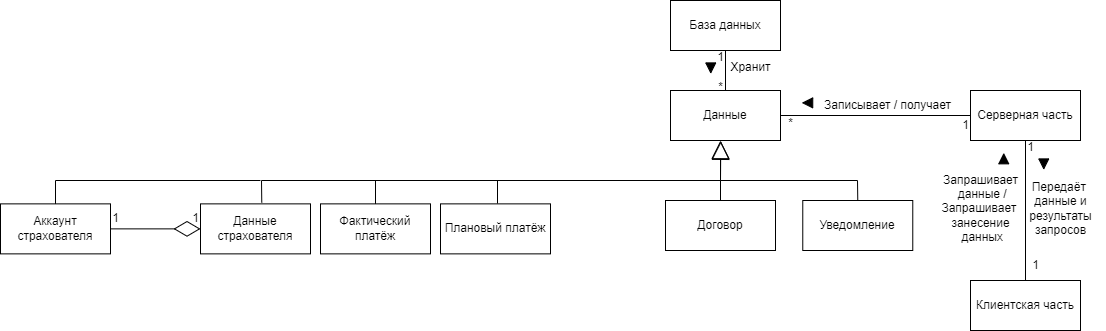
This is src/main/resources/documentation/Контекстная диаграмма классов.drawio.png from VladBaton/vlk, a draw.io export, as it was before one commit. Source tidied: cells renumbered, new cells last; positions are measured from the earlier drawing's top-left corner, leaving out a move shared by most shapes.
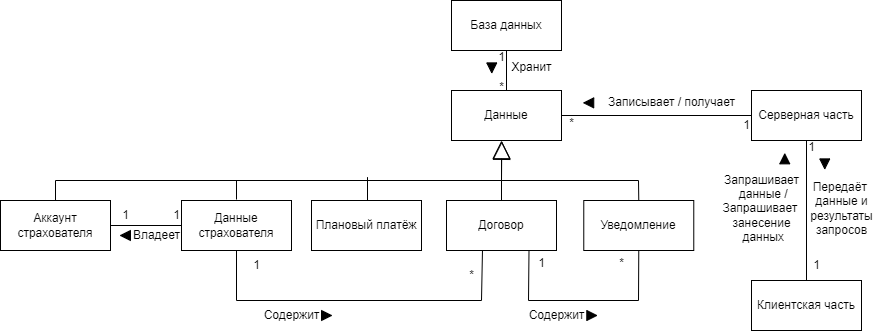
The same file after the commit.

What changed in the source:
```diff
@@ -6,7 +6,7 @@
       <mxGeometry x="670" width="110" height="50" as="geometry" />
     </mxCell>
     <mxCell id="3" value="Данные страхователя" style="html=1;whiteSpace=wrap;" parent="1" vertex="1">
-      <mxGeometry x="200" y="203.4" width="110" height="50" as="geometry" />
+      <mxGeometry x="400" y="200" width="110" height="50" as="geometry" />
     </mxCell>
     <mxCell id="4" value="Уведомление" style="html=1;whiteSpace=wrap;" parent="1" vertex="1">
       <mxGeometry x="802.3" y="200" width="110" height="50" as="geometry" />
@@ -20,10 +20,11 @@
     <mxCell id="7" style="endArrow=none;html=1;rounded=0;entryX=0.5;entryY=1;entryDx=0;entryDy=0;exitX=0.5;exitY=0;exitDx=0;exitDy=0;" parent="1" edge="1" source="6" target="2">
       <mxGeometry relative="1" as="geometry" />
     </mxCell>
-    <mxCell id="8" style="endArrow=block;endSize=16;endFill=0;html=1;rounded=0;exitX=0.557;exitY=-0.026;exitDx=0;exitDy=0;entryX=0.457;entryY=1.017;entryDx=0;entryDy=0;exitPerimeter=0;entryPerimeter=0;" parent="1" edge="1" source="3" target="6">
+    <mxCell id="8" style="endArrow=block;endSize=16;endFill=0;html=1;rounded=0;entryX=0.457;entryY=1.017;entryDx=0;entryDy=0;entryPerimeter=0;" parent="1" edge="1" target="6">
       <mxGeometry relative="1" as="geometry">
+        <mxPoint x="455" y="199" as="sourcePoint" />
         <Array as="points">
-          <mxPoint x="261" y="180" />
+          <mxPoint x="455" y="180" />
           <mxPoint x="720" y="180" />
         </Array>
       </mxGeometry>
@@ -56,7 +57,7 @@
       <mxGeometry x="802.3" y="97.4" width="10" height="10" as="geometry" />
     </mxCell>
     <mxCell id="16" value="Записывает / получает" style="text;html=1;align=center;verticalAlign=middle;strokeColor=none;fillColor=none;" parent="1" vertex="1">
-      <mxGeometry x="812.3" y="90" width="150" height="30" as="geometry" />
+      <mxGeometry x="815.3" y="87.4" width="150" height="30" as="geometry" />
     </mxCell>
     <mxCell id="17" value="1" style="text;html=1;align=center;verticalAlign=middle;strokeColor=none;fillColor=none;" parent="1" vertex="1">
       <mxGeometry x="950" y="110" width="30" height="30" as="geometry" />
@@ -96,42 +97,80 @@
         <mxPoint x="720" y="180" as="targetPoint" />
       </mxGeometry>
     </mxCell>
-    <mxCell id="29" value="Фактический платёж" style="html=1;whiteSpace=wrap;" parent="1" vertex="1">
-      <mxGeometry x="320" y="203.4" width="110" height="50" as="geometry" />
-    </mxCell>
     <mxCell id="30" value="Плановый платёж" style="html=1;whiteSpace=wrap;" parent="1" vertex="1">
-      <mxGeometry x="440" y="203.4" width="110" height="50" as="geometry" />
+      <mxGeometry x="530" y="200" width="110" height="50" as="geometry" />
     </mxCell>
     <mxCell id="31" value="Аккаунт страхователя" style="html=1;whiteSpace=wrap;" parent="1" vertex="1">
-      <mxGeometry y="203.4" width="110" height="50" as="geometry" />
+      <mxGeometry x="219" y="200" width="110" height="50" as="geometry" />
     </mxCell>
-    <mxCell id="32" style="endArrow=diamondThin;html=1;rounded=0;entryX=0;entryY=0.5;entryDx=0;entryDy=0;exitX=1;exitY=0.5;exitDx=0;exitDy=0;endFill=0;endSize=24;" parent="1" edge="1" source="31" target="3">
+    <mxCell id="32" style="endArrow=none;html=1;rounded=0;entryX=0;entryY=0.5;entryDx=0;entryDy=0;exitX=1;exitY=0.5;exitDx=0;exitDy=0;endFill=0;endSize=24;" parent="1" edge="1" source="31" target="3">
       <mxGeometry relative="1" as="geometry" />
     </mxCell>
     <mxCell id="33" value="1" style="text;html=1;align=center;verticalAlign=middle;strokeColor=none;fillColor=none;" parent="1" vertex="1">
-      <mxGeometry x="100" y="203.4" width="30" height="30" as="geometry" />
+      <mxGeometry x="329" y="200" width="30" height="30" as="geometry" />
     </mxCell>
     <mxCell id="34" value="1" style="text;html=1;align=center;verticalAlign=middle;strokeColor=none;fillColor=none;" parent="1" vertex="1">
-      <mxGeometry x="180" y="203.4" width="30" height="30" as="geometry" />
+      <mxGeometry x="380" y="200" width="30" height="30" as="geometry" />
     </mxCell>
     <mxCell id="35" style="endArrow=none;html=1;rounded=0;exitX=0.5;exitY=0;exitDx=0;exitDy=0;" parent="1" edge="1" source="31">
       <mxGeometry relative="1" as="geometry">
-        <mxPoint x="260" y="180" as="targetPoint" />
+        <mxPoint x="460" y="180" as="targetPoint" />
         <Array as="points">
-          <mxPoint x="55" y="180" />
+          <mxPoint x="274" y="180" />
         </Array>
       </mxGeometry>
     </mxCell>
-    <mxCell id="36" style="endArrow=none;html=1;rounded=0;exitX=0.5;exitY=0;exitDx=0;exitDy=0;" parent="1" edge="1" source="29">
-      <mxGeometry relative="1" as="geometry">
-        <mxPoint x="375" y="180" as="targetPoint" />
-      </mxGeometry>
-    </mxCell>
     <mxCell id="37" style="endArrow=none;html=1;rounded=0;exitX=0.5;exitY=0;exitDx=0;exitDy=0;" parent="1" edge="1">
       <mxGeometry relative="1" as="geometry">
-        <mxPoint x="497" y="203" as="sourcePoint" />
-        <mxPoint x="497" y="180" as="targetPoint" />
+        <mxPoint x="586" y="199.6" as="sourcePoint" />
+        <mxPoint x="586" y="176.6" as="targetPoint" />
       </mxGeometry>
     </mxCell>
+    <mxCell id="38" style="endArrow=none;html=1;rounded=0;entryX=0.5;entryY=1;entryDx=0;entryDy=0;exitX=0.327;exitY=1;exitDx=0;exitDy=0;endFill=0;endSize=24;exitPerimeter=0;" parent="1" edge="1" source="27" target="3">
+      <mxGeometry relative="1" as="geometry">
+        <Array as="points">
+          <mxPoint x="700" y="300" />
+          <mxPoint x="455" y="300" />
+        </Array>
+      </mxGeometry>
+    </mxCell>
+    <mxCell id="39" value="1" style="text;html=1;align=center;verticalAlign=middle;strokeColor=none;fillColor=none;" parent="1" vertex="1">
+      <mxGeometry x="460" y="250" width="30" height="30" as="geometry" />
+    </mxCell>
+    <mxCell id="40" value="*" style="text;html=1;align=center;verticalAlign=middle;strokeColor=none;fillColor=none;" parent="1" vertex="1">
+      <mxGeometry x="675.3" y="260" width="30" height="30" as="geometry" />
+    </mxCell>
+    <mxCell id="41" style="endArrow=none;html=1;rounded=0;entryX=0.75;entryY=1;entryDx=0;entryDy=0;exitX=0.5;exitY=1;exitDx=0;exitDy=0;endFill=0;endSize=24;" parent="1" edge="1" source="4" target="27">
+      <mxGeometry relative="1" as="geometry">
+        <Array as="points">
+          <mxPoint x="857" y="300" />
+          <mxPoint x="747" y="300" />
+        </Array>
+      </mxGeometry>
+    </mxCell>
+    <mxCell id="42" value="1" style="text;html=1;align=center;verticalAlign=middle;strokeColor=none;fillColor=none;" parent="1" vertex="1">
+      <mxGeometry x="745" y="248" width="30" height="30" as="geometry" />
+    </mxCell>
+    <mxCell id="43" value="*" style="text;html=1;align=center;verticalAlign=middle;strokeColor=none;fillColor=none;" parent="1" vertex="1">
+      <mxGeometry x="825" y="248" width="30" height="30" as="geometry" />
+    </mxCell>
+    <mxCell id="44" style="verticalLabelPosition=bottom;verticalAlign=top;html=1;shape=mxgraph.basic.acute_triangle;dx=0.5;rotation=90;fillColor=#000000;" parent="1" vertex="1">
+      <mxGeometry x="540" y="310" width="10" height="10" as="geometry" />
+    </mxCell>
+    <mxCell id="45" value="Содержит" style="text;html=1;align=center;verticalAlign=middle;strokeColor=none;fillColor=none;" parent="1" vertex="1">
+      <mxGeometry x="470" y="300" width="80" height="30" as="geometry" />
+    </mxCell>
+    <mxCell id="46" style="verticalLabelPosition=bottom;verticalAlign=top;html=1;shape=mxgraph.basic.acute_triangle;dx=0.5;rotation=90;fillColor=#000000;" parent="1" vertex="1">
+      <mxGeometry x="805.3" y="310" width="10" height="10" as="geometry" />
+    </mxCell>
+    <mxCell id="47" value="Содержит" style="text;html=1;align=center;verticalAlign=middle;strokeColor=none;fillColor=none;" parent="1" vertex="1">
+      <mxGeometry x="735.3" y="300" width="80" height="30" as="geometry" />
+    </mxCell>
+    <mxCell id="48" value="Владеет" style="text;html=1;align=center;verticalAlign=middle;strokeColor=none;fillColor=none;" parent="1" vertex="1">
+      <mxGeometry x="340" y="220" width="70" height="30" as="geometry" />
+    </mxCell>
+    <mxCell id="49" style="verticalLabelPosition=bottom;verticalAlign=top;html=1;shape=mxgraph.basic.acute_triangle;dx=0.5;rotation=-90;fillColor=#000000;" parent="1" vertex="1">
+      <mxGeometry x="339" y="230" width="10" height="10" as="geometry" />
+    </mxCell>
   </root>
 </mxGraphModel>
```
